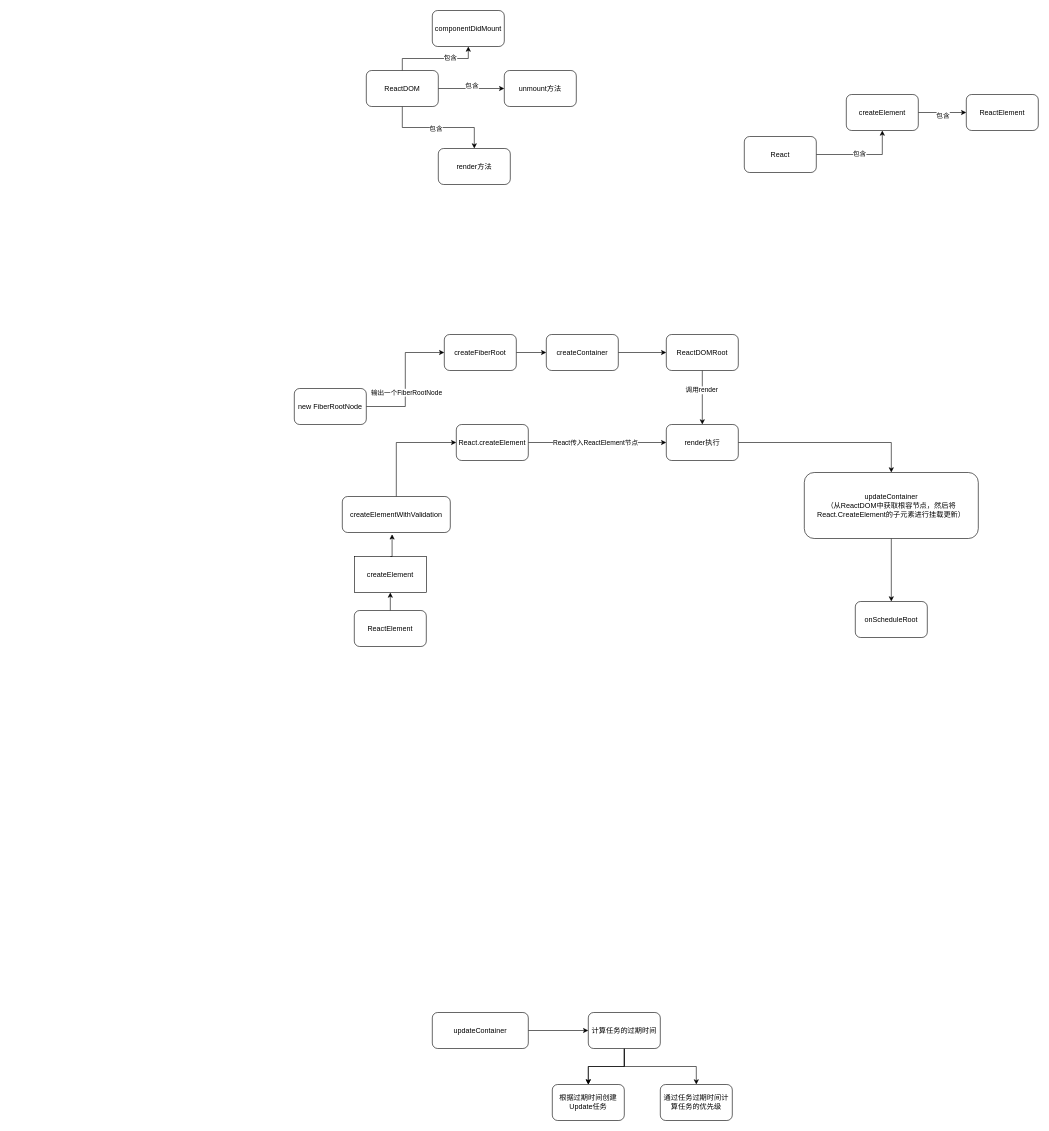
linround/gitBook keeps this draw.io diagram as React/proj/未命名绘图.drawio. Above is the earlier version. Source tidied: cells renumbered, new cells numbered last; positions are measured from the earlier drawing's top-left corner, leaving out a move shared by most shapes. Both pictures are drawn from the tidied source at 60%, with x=0, y=0 at pixel (294, 10).
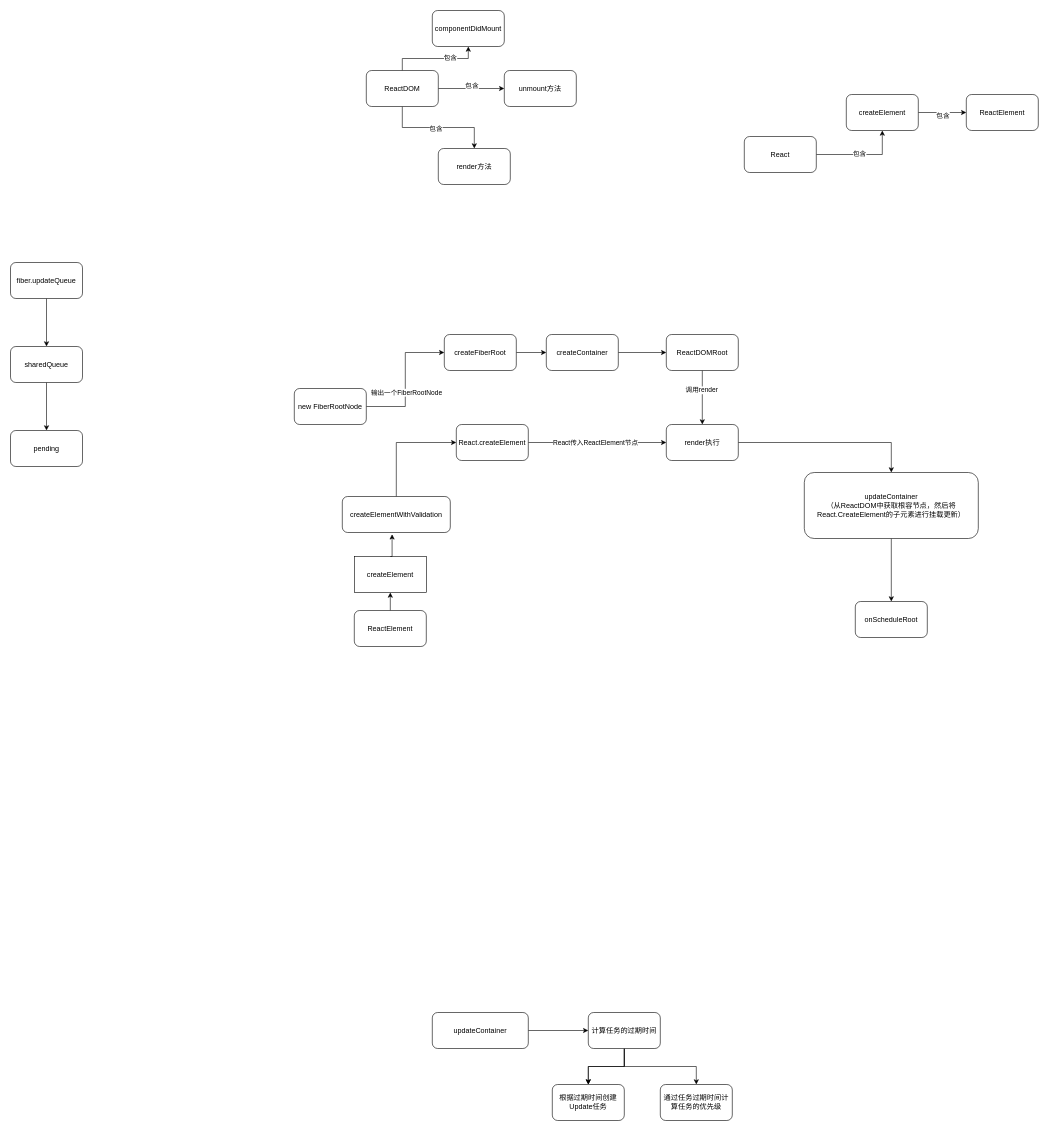
Above is the later version.

Commit message:
更新未命名绘图.drawio

Diff of the diagram source:
```diff
@@
+    <mxCell id="51" style="edgeStyle=orthogonalEdgeStyle;rounded=0;jettySize=auto;html=1;" parent="1" edge="1" source="52" target="54">
+      <mxGeometry relative="1" as="geometry" />
+    </mxCell>
+    <mxCell id="52" value="fiber.updateQueue" style="rounded=1;whiteSpace=wrap;html=1;" parent="1" vertex="1">
+      <mxGeometry x="-473" y="420" width="120" height="60" as="geometry" />
+    </mxCell>
+    <mxCell id="53" style="edgeStyle=orthogonalEdgeStyle;rounded=0;jettySize=auto;html=1;" parent="1" edge="1" source="54" target="55">
+      <mxGeometry relative="1" as="geometry" />
+    </mxCell>
+    <mxCell id="54" value="sharedQueue" style="whiteSpace=wrap;html=1;rounded=1;" parent="1" vertex="1">
+      <mxGeometry x="-473" y="560" width="120" height="60" as="geometry" />
+    </mxCell>
+    <mxCell id="55" value="pending" style="whiteSpace=wrap;html=1;rounded=1;" parent="1" vertex="1">
+      <mxGeometry x="-473" y="700" width="120" height="60" as="geometry" />
+    </mxCell>
```
